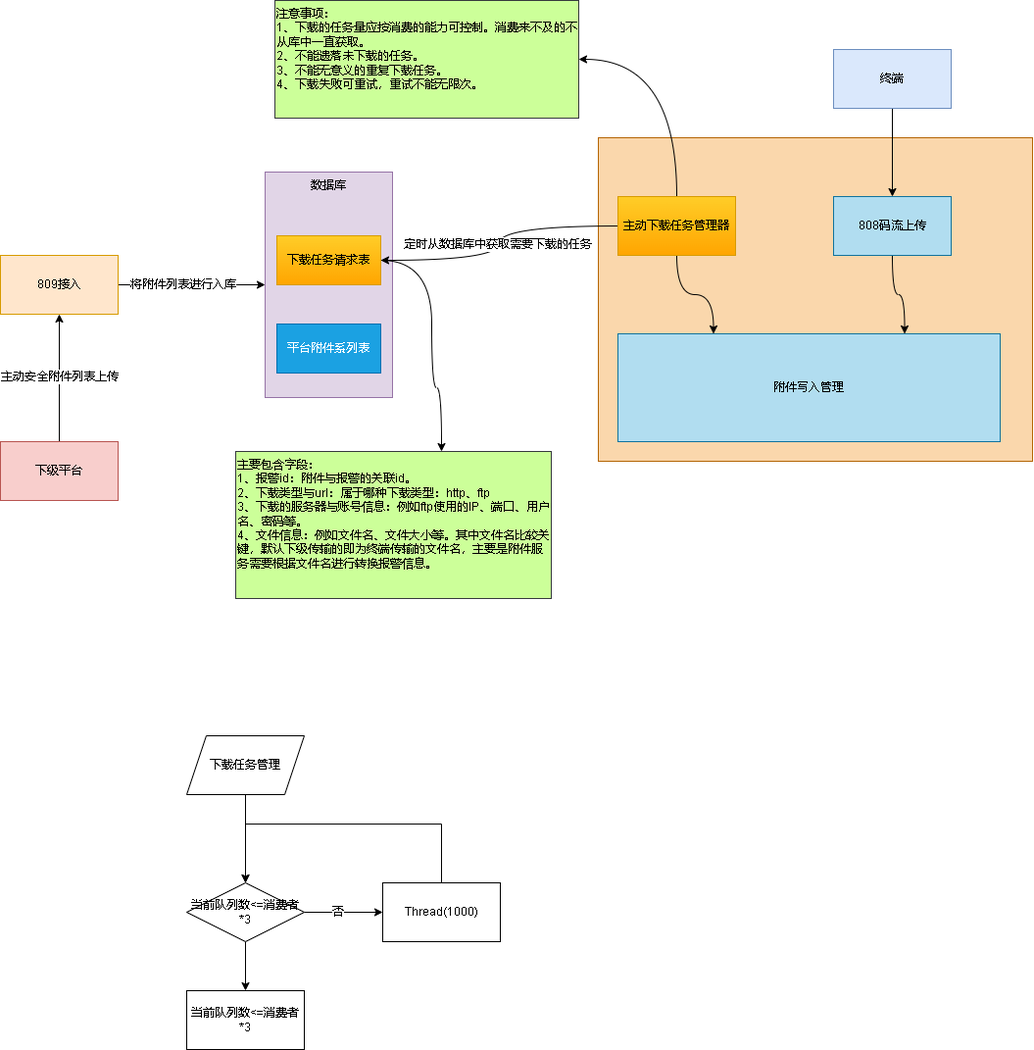
Above: 809上传附件列表支持下载.drawio.png in xktder/draw (draw.io), before the change. Source tidied: cells renumbered, new cells last; positions are measured from the earlier drawing's top-left corner, leaving out a move shared by most shapes.
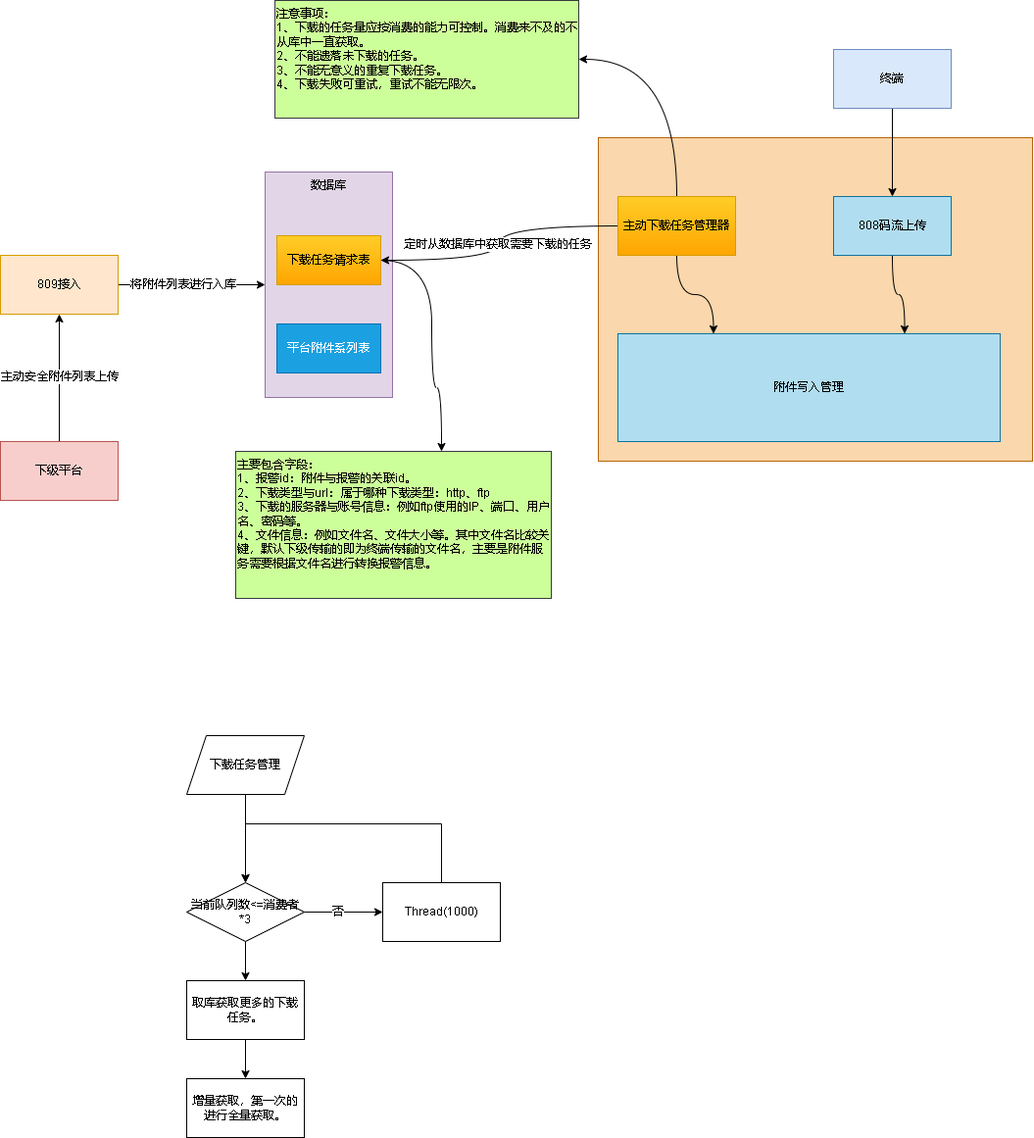
Later version of the same file.

Commit message:
更新809上传附件列表支持下载.drawio.png

Diff of the diagram source:
```diff
@@ -112,8 +112,14 @@
     <mxCell id="32" value="Thread(1000)" style="whiteSpace=wrap;html=1;" parent="1" vertex="1">
       <mxGeometry x="390" y="900" width="120" height="60" as="geometry" />
     </mxCell>
+    <mxCell id="34" style="edgeStyle=orthogonalEdgeStyle;rounded=0;jettySize=auto;html=1;" parent="1" edge="1" source="33" target="35">
+      <mxGeometry relative="1" as="geometry" />
+    </mxCell>
-    <mxCell id="33" value="当前队列数&amp;lt;=消费者*3" style="whiteSpace=wrap;html=1;" parent="1" vertex="1">
-      <mxGeometry x="190" y="1010" width="120" height="60" as="geometry" />
+    <mxCell id="33" value="取库获取更多的下载任务。" style="whiteSpace=wrap;html=1;" parent="1" vertex="1">
+      <mxGeometry x="190" y="1000" width="120" height="60" as="geometry" />
     </mxCell>
+    <mxCell id="35" value="增量获取，第一次的进行全量获取。" style="whiteSpace=wrap;html=1;" parent="1" vertex="1">
+      <mxGeometry x="190" y="1100" width="120" height="60" as="geometry" />
+    </mxCell>
   </root>
 </mxGraphModel>
```
